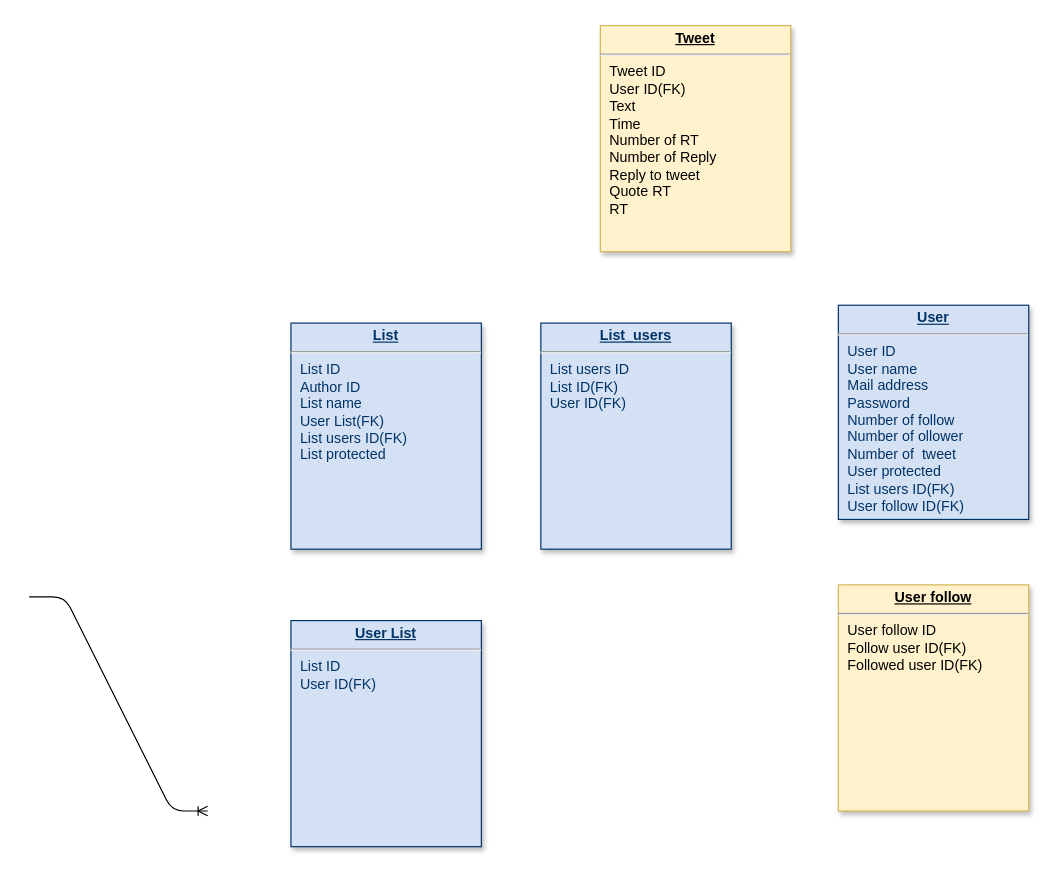
The draw.io diagram Untitled Diagram.drawio in fuwa-syugyo/hello-world, before the edit. Source tidied: cells renumbered, new cells numbered last; positions are measured from the earlier drawing's top-left corner, leaving out a move shared by most shapes. Both pictures are drawn from the tidied source at 119%, with x=0, y=0 at pixel (29, 25).
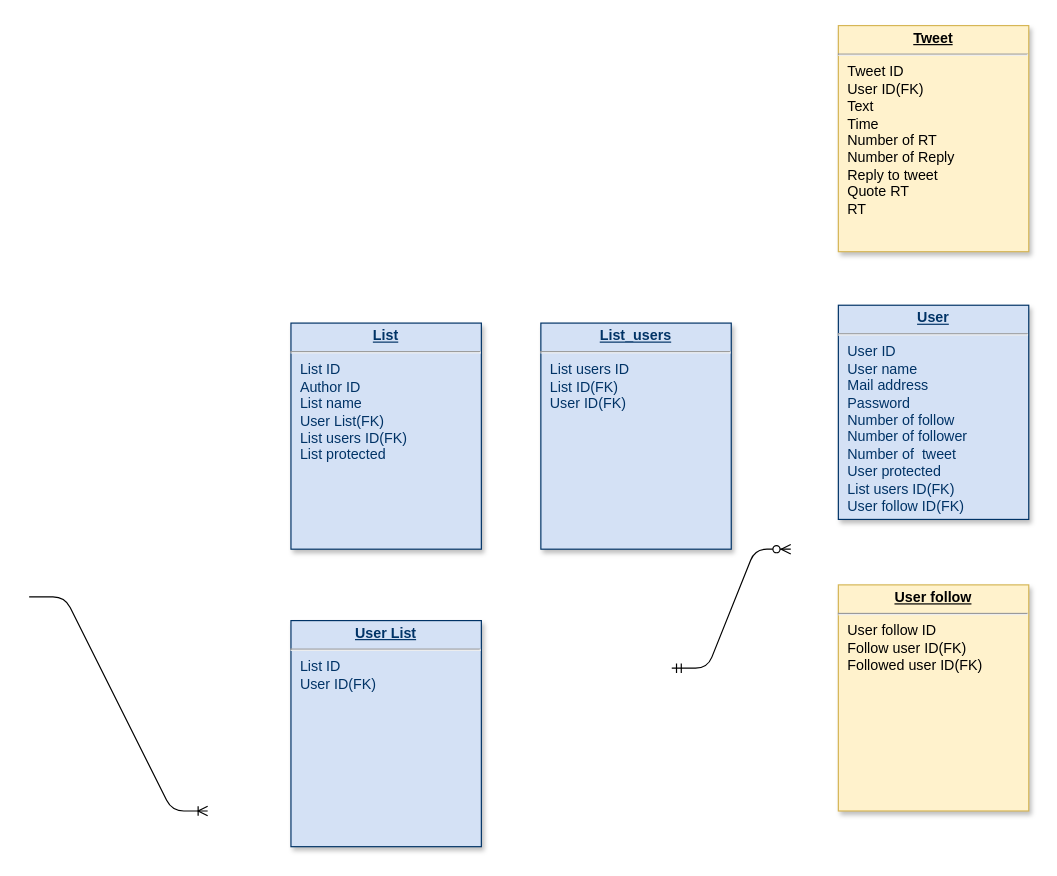
The same diagram, later.

Change to the diagram source:
```diff
@@
 <mxGraphModel>
   <root>
     <mxCell id="0" />
     <mxCell id="1" parent="0" />
-    <mxCell id="2" value="&lt;p style=&quot;margin: 0px ; margin-top: 4px ; text-align: center ; text-decoration: underline&quot;&gt;&lt;strong&gt;User&lt;/strong&gt;&lt;/p&gt;&lt;hr&gt;&lt;p style=&quot;margin: 0px ; margin-left: 8px&quot;&gt;User ID&lt;/p&gt;&lt;p style=&quot;margin: 0px ; margin-left: 8px&quot;&gt;User name&lt;/p&gt;&lt;p style=&quot;margin: 0px ; margin-left: 8px&quot;&gt;Mail address&lt;/p&gt;&lt;p style=&quot;margin: 0px ; margin-left: 8px&quot;&gt;Password&lt;/p&gt;&lt;p style=&quot;margin: 0px ; margin-left: 8px&quot;&gt;Number of follow&lt;/p&gt;&lt;p style=&quot;margin: 0px ; margin-left: 8px&quot;&gt;Number of ollower&lt;/p&gt;&lt;p style=&quot;margin: 0px ; margin-left: 8px&quot;&gt;Number of&amp;nbsp; tweet&lt;/p&gt;&lt;p style=&quot;margin: 0px ; margin-left: 8px&quot;&gt;User protected&lt;/p&gt;&lt;p style=&quot;margin: 0px ; margin-left: 8px&quot;&gt;List users ID(FK)&lt;br&gt;&lt;/p&gt;&lt;p style=&quot;margin: 0px ; margin-left: 8px&quot;&gt;User follow ID(FK)&lt;/p&gt;&lt;p style=&quot;margin: 0px ; margin-left: 8px&quot;&gt;&lt;br&gt;&lt;/p&gt;" style="verticalAlign=top;align=left;overflow=fill;fontSize=12;fontFamily=Helvetica;html=1;strokeColor=#003366;shadow=1;fillColor=#D4E1F5;fontColor=#003366;" parent="1" vertex="1">
+    <mxCell id="2" value="&lt;p style=&quot;margin: 0px ; margin-top: 4px ; text-align: center ; text-decoration: underline&quot;&gt;&lt;strong&gt;User&lt;/strong&gt;&lt;/p&gt;&lt;hr&gt;&lt;p style=&quot;margin: 0px ; margin-left: 8px&quot;&gt;User ID&lt;/p&gt;&lt;p style=&quot;margin: 0px ; margin-left: 8px&quot;&gt;User name&lt;/p&gt;&lt;p style=&quot;margin: 0px ; margin-left: 8px&quot;&gt;Mail address&lt;/p&gt;&lt;p style=&quot;margin: 0px ; margin-left: 8px&quot;&gt;Password&lt;/p&gt;&lt;p style=&quot;margin: 0px ; margin-left: 8px&quot;&gt;Number of follow&lt;/p&gt;&lt;p style=&quot;margin: 0px ; margin-left: 8px&quot;&gt;Number of follower&lt;/p&gt;&lt;p style=&quot;margin: 0px ; margin-left: 8px&quot;&gt;Number of&amp;nbsp; tweet&lt;/p&gt;&lt;p style=&quot;margin: 0px ; margin-left: 8px&quot;&gt;User protected&lt;/p&gt;&lt;p style=&quot;margin: 0px ; margin-left: 8px&quot;&gt;List users ID(FK)&lt;br&gt;&lt;/p&gt;&lt;p style=&quot;margin: 0px ; margin-left: 8px&quot;&gt;User follow ID(FK)&lt;/p&gt;&lt;p style=&quot;margin: 0px ; margin-left: 8px&quot;&gt;&lt;br&gt;&lt;/p&gt;" style="verticalAlign=top;align=left;overflow=fill;fontSize=12;fontFamily=Helvetica;html=1;strokeColor=#003366;shadow=1;fillColor=#D4E1F5;fontColor=#003366;" parent="1" vertex="1">
       <mxGeometry x="680" y="235" width="160" height="180" as="geometry" />
     </mxCell>
     <mxCell id="3" value="&lt;p style=&quot;margin: 0px ; margin-top: 4px ; text-align: center ; text-decoration: underline&quot;&gt;&lt;strong&gt;Tweet&lt;/strong&gt;&lt;/p&gt;&lt;hr&gt;&lt;p style=&quot;margin: 0px ; margin-left: 8px&quot;&gt;Tweet ID&lt;/p&gt;&lt;p style=&quot;margin: 0px ; margin-left: 8px&quot;&gt;User ID(FK)&lt;/p&gt;&lt;p style=&quot;margin: 0px ; margin-left: 8px&quot;&gt;Text&lt;/p&gt;&lt;p style=&quot;margin: 0px ; margin-left: 8px&quot;&gt;Time&lt;/p&gt;&lt;p style=&quot;margin: 0px ; margin-left: 8px&quot;&gt;Number of RT&lt;/p&gt;&lt;p style=&quot;margin: 0px ; margin-left: 8px&quot;&gt;Number of Reply&lt;/p&gt;&lt;p style=&quot;margin: 0px ; margin-left: 8px&quot;&gt;Reply to tweet&lt;/p&gt;&lt;p style=&quot;margin: 0px ; margin-left: 8px&quot;&gt;Quote RT&lt;/p&gt;&lt;p style=&quot;margin: 0px ; margin-left: 8px&quot;&gt;RT&lt;/p&gt;" style="verticalAlign=top;align=left;overflow=fill;fontSize=12;fontFamily=Helvetica;html=1;strokeColor=#d6b656;shadow=1;fillColor=#fff2cc;" parent="1" vertex="1">
-      <mxGeometry x="480" width="160" height="190" as="geometry" />
+      <mxGeometry x="680" width="160" height="190" as="geometry" />
     </mxCell>
     <mxCell id="4" value="&lt;p style=&quot;margin: 0px ; margin-top: 4px ; text-align: center ; text-decoration: underline&quot;&gt;&lt;b&gt;List_users&lt;/b&gt;&lt;/p&gt;&lt;hr&gt;&lt;p style=&quot;margin: 0px ; margin-left: 8px&quot;&gt;List users ID&lt;/p&gt;&lt;p style=&quot;margin: 0px ; margin-left: 8px&quot;&gt;List ID(FK)&lt;/p&gt;&lt;p style=&quot;margin: 0px ; margin-left: 8px&quot;&gt;User ID(FK)&lt;/p&gt;" style="verticalAlign=top;align=left;overflow=fill;fontSize=12;fontFamily=Helvetica;html=1;strokeColor=#003366;shadow=1;fillColor=#D4E1F5;fontColor=#003366;" parent="1" vertex="1">
       <mxGeometry x="430" y="250" width="160" height="190" as="geometry" />
     </mxCell>
     <mxCell id="5" value="&lt;p style=&quot;margin: 0px ; margin-top: 4px ; text-align: center ; text-decoration: underline&quot;&gt;&lt;b&gt;User follow&lt;/b&gt;&lt;/p&gt;&lt;hr&gt;&lt;p style=&quot;margin: 0px ; margin-left: 8px&quot;&gt;User follow ID&lt;/p&gt;&lt;p style=&quot;margin: 0px ; margin-left: 8px&quot;&gt;Follow user ID(FK)&lt;/p&gt;&lt;p style=&quot;margin: 0px ; margin-left: 8px&quot;&gt;Followed user ID(FK)&lt;/p&gt;" style="verticalAlign=top;align=left;overflow=fill;fontSize=12;fontFamily=Helvetica;html=1;strokeColor=#d6b656;shadow=1;fillColor=#fff2cc;" parent="1" vertex="1">
       <mxGeometry x="680" y="470" width="160" height="190" as="geometry" />
     </mxCell>
     <mxCell id="6" value="&lt;p style=&quot;margin: 0px ; margin-top: 4px ; text-align: center ; text-decoration: underline&quot;&gt;&lt;b&gt;User List&lt;/b&gt;&lt;/p&gt;&lt;hr&gt;&lt;p style=&quot;margin: 0px ; margin-left: 8px&quot;&gt;List ID&lt;/p&gt;&lt;p style=&quot;margin: 0px ; margin-left: 8px&quot;&gt;User ID(FK)&lt;/p&gt;" style="verticalAlign=top;align=left;overflow=fill;fontSize=12;fontFamily=Helvetica;html=1;strokeColor=#003366;shadow=1;fillColor=#D4E1F5;fontColor=#003366;" parent="1" vertex="1">
       <mxGeometry x="220" y="500" width="160" height="190" as="geometry" />
     </mxCell>
     <mxCell id="7" value="&lt;p style=&quot;margin: 0px ; margin-top: 4px ; text-align: center ; text-decoration: underline&quot;&gt;&lt;b&gt;List&lt;/b&gt;&lt;/p&gt;&lt;hr&gt;&lt;p style=&quot;margin: 0px ; margin-left: 8px&quot;&gt;List ID&lt;/p&gt;&lt;p style=&quot;margin: 0px ; margin-left: 8px&quot;&gt;Author ID&lt;/p&gt;&lt;p style=&quot;margin: 0px ; margin-left: 8px&quot;&gt;List name&lt;/p&gt;&lt;p style=&quot;margin: 0px ; margin-left: 8px&quot;&gt;User List(FK)&lt;/p&gt;&lt;p style=&quot;margin: 0px ; margin-left: 8px&quot;&gt;List users ID(FK)&lt;/p&gt;&lt;p style=&quot;margin: 0px ; margin-left: 8px&quot;&gt;List protected&lt;/p&gt;" style="verticalAlign=top;align=left;overflow=fill;fontSize=12;fontFamily=Helvetica;html=1;strokeColor=#003366;shadow=1;fillColor=#D4E1F5;fontColor=#003366;" parent="1" vertex="1">
       <mxGeometry x="220" y="250" width="160" height="190" as="geometry" />
     </mxCell>
     <mxCell id="8" style="edgeStyle=entityRelationEdgeStyle;fontSize=12;html=1;endArrow=ERoneToMany;" parent="1" edge="1">
       <mxGeometry relative="1" as="geometry">
         <mxPoint y="480" as="sourcePoint" />
         <mxPoint x="150" y="660" as="targetPoint" />
       </mxGeometry>
     </mxCell>
+    <mxCell id="9" style="edgeStyle=entityRelationEdgeStyle;fontSize=12;html=1;endArrow=ERzeroToMany;startArrow=ERmandOne;" parent="1" edge="1">
+      <mxGeometry relative="1" as="geometry">
+        <mxPoint x="540" y="540" as="sourcePoint" />
+        <mxPoint x="640" y="440" as="targetPoint" />
+      </mxGeometry>
+    </mxCell>
   </root>
 </mxGraphModel>
```
